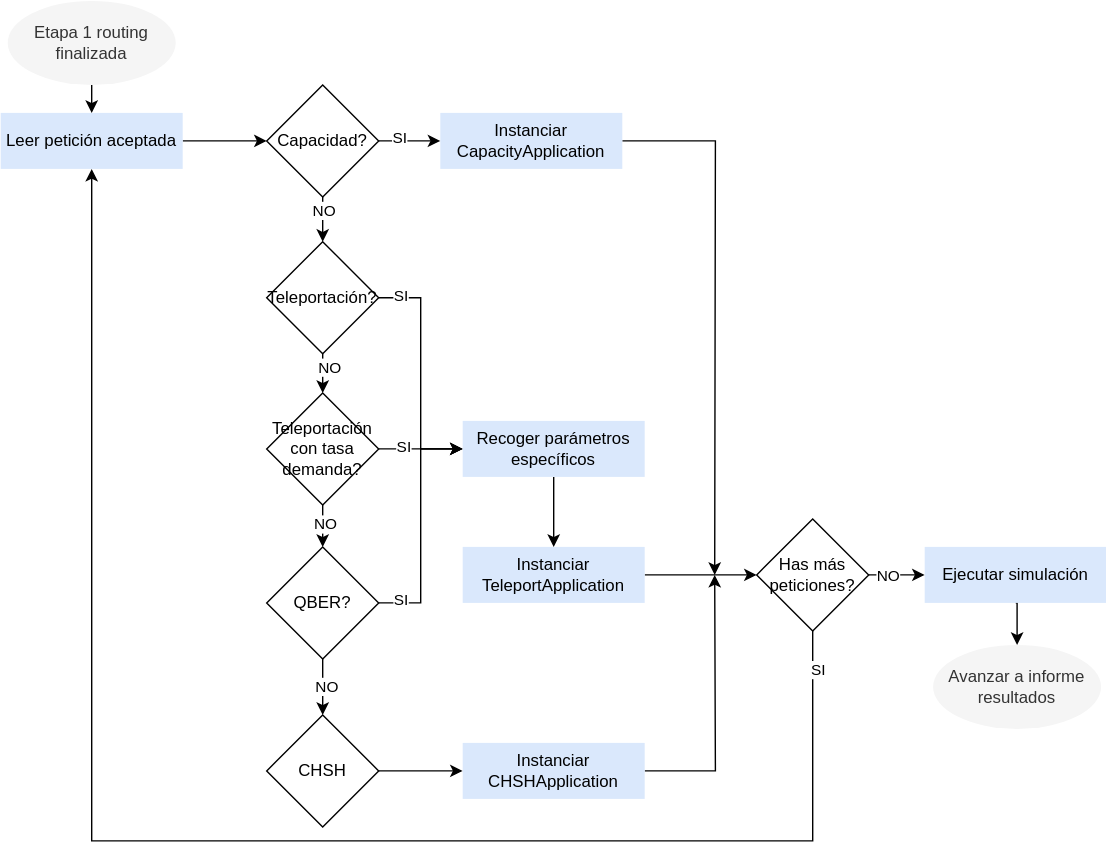
Before: Diagramas/Flujo/tec-etapa2.svg, a diagram exported from draw.io (davidpcuvigo/quantumcity). Source tidied: cells renumbered, new cells last; positions are measured from the earlier drawing's top-left corner, leaving out a move shared by most shapes.
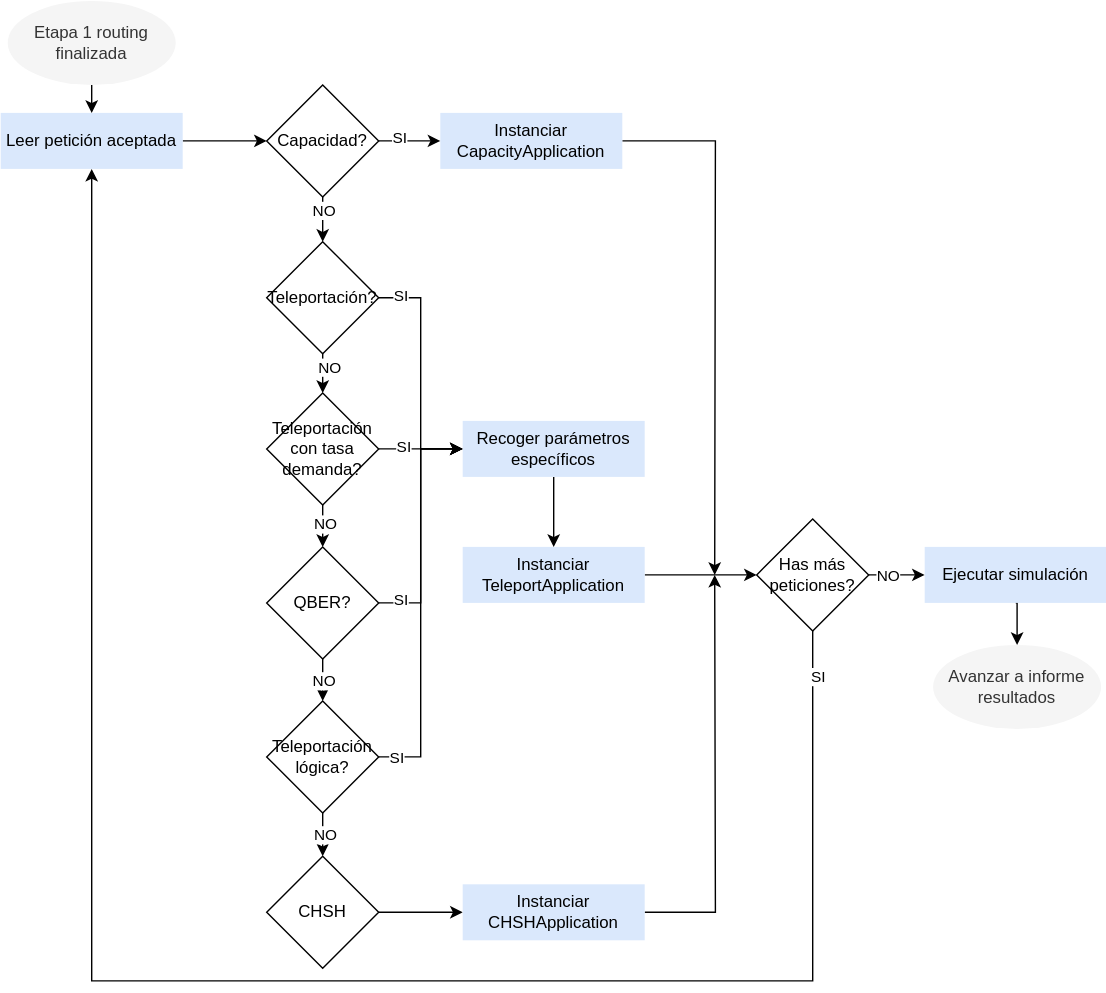
The same diagram one commit later.

Diff of the diagram source:
```diff
@@ -76,12 +76,12 @@
     <mxCell id="25" value="SI" style="edgeLabel;html=1;align=center;verticalAlign=middle;" parent="24" vertex="1">
       <mxGeometry x="-0.82" y="3" relative="1" as="geometry" />
     </mxCell>
-    <mxCell id="26" style="edgeStyle=orthogonalEdgeStyle;rounded=0;jettySize=auto;html=1;exitX=0.5;exitY=1;exitDx=0;exitDy=0;" parent="1" edge="1" source="28" target="41">
-      <mxGeometry relative="1" as="geometry" />
-    </mxCell>
-    <mxCell id="27" value="NO" style="edgeLabel;html=1;align=center;verticalAlign=middle;" parent="26" vertex="1">
-      <mxGeometry x="-0.05" y="2" relative="1" as="geometry" />
-    </mxCell>
+    <mxCell id="44" style="edgeStyle=orthogonalEdgeStyle;rounded=0;jettySize=auto;html=1;exitX=0.5;exitY=1;exitDx=0;exitDy=0;entryX=0.5;entryY=0;entryDx=0;entryDy=0;" parent="1" edge="1" source="28" target="50">
+      <mxGeometry relative="1" as="geometry" />
+    </mxCell>
+    <mxCell id="45" value="NO" style="edgeLabel;html=1;align=center;verticalAlign=middle;" parent="44" vertex="1">
+      <mxGeometry relative="1" as="geometry" />
+    </mxCell>
     <mxCell id="28" value="QBER?" style="rhombus;whiteSpace=wrap;html=1;" parent="1" vertex="1">
       <mxGeometry x="190" y="390" width="80" height="80" as="geometry" />
     </mxCell>
@@ -106,8 +106,8 @@
     <mxCell id="35" style="edgeStyle=orthogonalEdgeStyle;rounded=0;jettySize=auto;html=1;exitX=0.5;exitY=1;exitDx=0;exitDy=0;entryX=0.5;entryY=1;entryDx=0;entryDy=0;" parent="1" edge="1" source="37" target="3">
       <mxGeometry relative="1" as="geometry">
         <Array as="points">
-          <mxPoint x="580" y="600" />
-          <mxPoint x="65" y="600" />
+          <mxPoint x="580" y="700" />
+          <mxPoint x="65" y="700" />
         </Array>
       </mxGeometry>
     </mxCell>
@@ -127,7 +127,7 @@
       <mxGeometry relative="1" as="geometry" />
     </mxCell>
     <mxCell id="41" value="CHSH" style="rhombus;whiteSpace=wrap;html=1;" parent="1" vertex="1">
-      <mxGeometry x="190" y="510" width="80" height="80" as="geometry" />
+      <mxGeometry x="190" y="611" width="80" height="80" as="geometry" />
     </mxCell>
     <mxCell id="42" style="edgeStyle=orthogonalEdgeStyle;rounded=0;jettySize=auto;html=1;exitX=1;exitY=0.5;exitDx=0;exitDy=0;" parent="1" edge="1" source="43">
       <mxGeometry relative="1" as="geometry">
@@ -135,7 +135,22 @@
       </mxGeometry>
     </mxCell>
     <mxCell id="43" value="Instanciar CHSHApplication" style="rounded=0;whiteSpace=wrap;html=1;fillColor=#dae8fc;strokeColor=none;" parent="1" vertex="1">
-      <mxGeometry x="330" y="530" width="130" height="40" as="geometry" />
+      <mxGeometry x="330" y="631" width="130" height="40" as="geometry" />
     </mxCell>
+    <mxCell id="46" style="edgeStyle=orthogonalEdgeStyle;rounded=0;jettySize=auto;html=1;exitX=0.5;exitY=1;exitDx=0;exitDy=0;entryX=0.5;entryY=0;entryDx=0;entryDy=0;" parent="1" edge="1" source="50" target="41">
+      <mxGeometry relative="1" as="geometry" />
+    </mxCell>
+    <mxCell id="47" value="NO" style="edgeLabel;html=1;align=center;verticalAlign=middle;" parent="46" vertex="1">
+      <mxGeometry x="-0.05" y="1" relative="1" as="geometry" />
+    </mxCell>
+    <mxCell id="48" style="edgeStyle=orthogonalEdgeStyle;rounded=0;jettySize=auto;html=1;exitX=1;exitY=0.5;exitDx=0;exitDy=0;entryX=0;entryY=0.5;entryDx=0;entryDy=0;" parent="1" edge="1" source="50" target="32">
+      <mxGeometry relative="1" as="geometry" />
+    </mxCell>
+    <mxCell id="49" value="SI" style="edgeLabel;html=1;align=center;verticalAlign=middle;" parent="48" vertex="1">
+      <mxGeometry x="-0.91" relative="1" as="geometry" />
+    </mxCell>
+    <mxCell id="50" value="Teleportación lógica?" style="rhombus;whiteSpace=wrap;html=1;" parent="1" vertex="1">
+      <mxGeometry x="190" y="500" width="80" height="80" as="geometry" />
+    </mxCell>
   </root>
 </mxGraphModel>
```
